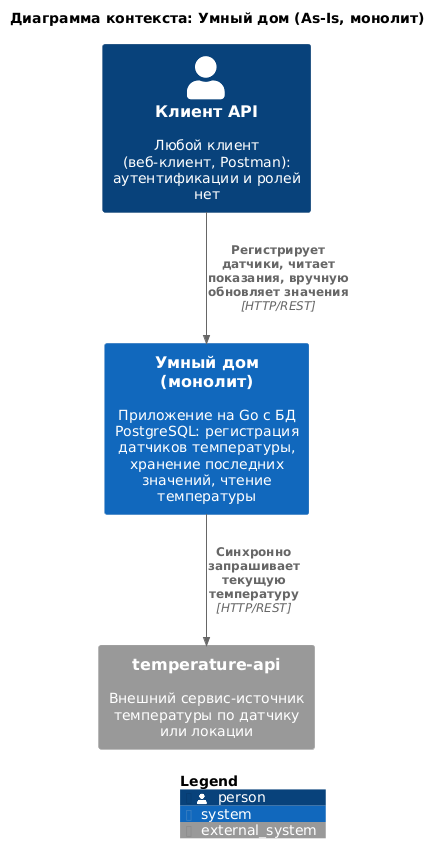
Earlier version of the PlantUML export diagrams/c4-context-as-is.png (Lyamin-av/architecture-warmhouse). The source it was exported from:
```plantuml
@startuml c4-context-as-is
!include <C4/C4_Context>

title Диаграмма контекста: Умный дом (As-Is, монолит)

Person(client, "Клиент API", "Любой клиент (веб-клиент, Postman): аутентификации и ролей нет")

System(monolith, "Умный дом (монолит)", "Приложение на Go с БД PostgreSQL: регистрация датчиков температуры, хранение последних значений, чтение температуры")

System_Ext(tempApi, "temperature-api", "Внешний сервис-источник температуры по датчику или локации")

Rel(client, monolith, "Регистрирует датчики, читает показания, вручную обновляет значения", "HTTP/REST")
Rel(monolith, tempApi, "Синхронно запрашивает текущую температуру", "HTTP/REST")

SHOW_LEGEND()
@enduml
```
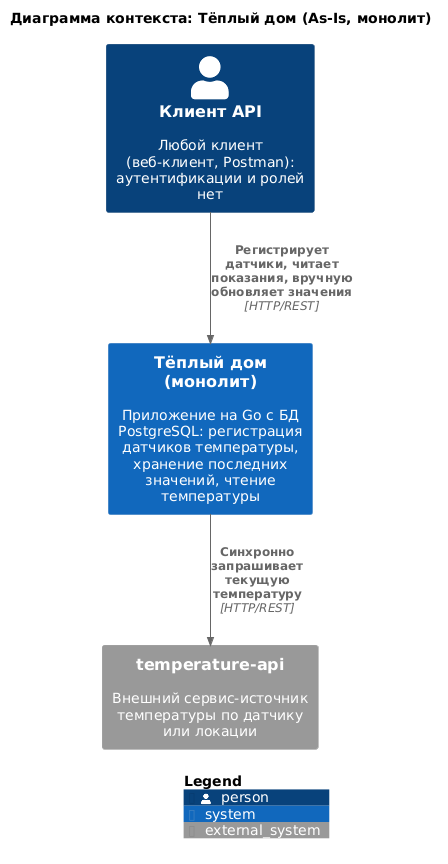
After the change.

Commit message:
Диаграмма As-Is: название системы «Тёплый дом»

What changed in the source:
```diff
@@ -1,11 +1,11 @@
 @startuml c4-context-as-is
 !include <C4/C4_Context>
 
-title Диаграмма контекста: Умный дом (As-Is, монолит)
+title Диаграмма контекста: Тёплый дом (As-Is, монолит)
 
 Person(client, "Клиент API", "Любой клиент (веб-клиент, Postman): аутентификации и ролей нет")
 
-System(monolith, "Умный дом (монолит)", "Приложение на Go с БД PostgreSQL: регистрация датчиков температуры, хранение последних значений, чтение температуры")
+System(monolith, "Тёплый дом (монолит)", "Приложение на Go с БД PostgreSQL: регистрация датчиков температуры, хранение последних значений, чтение температуры")
 
 System_Ext(tempApi, "temperature-api", "Внешний сервис-источник температуры по датчику или локации")
 
```
